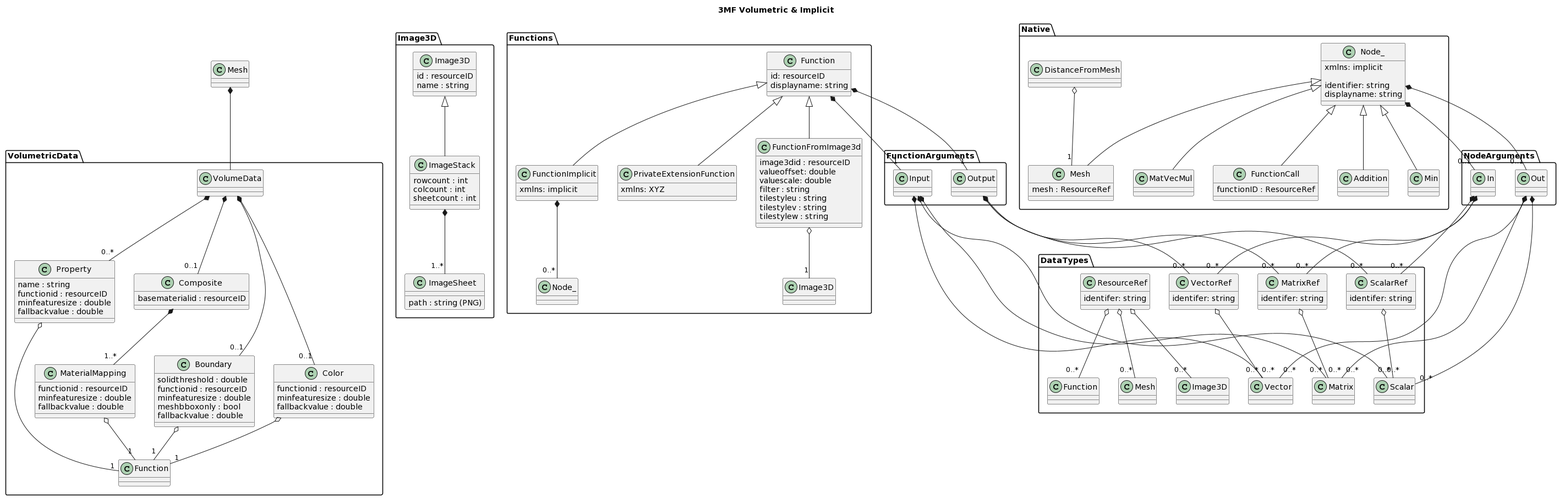
This is images/fig_overview_implicit.png from 3MFConsortium/spec_volumetric, a PlantUML export, as it was before one commit.
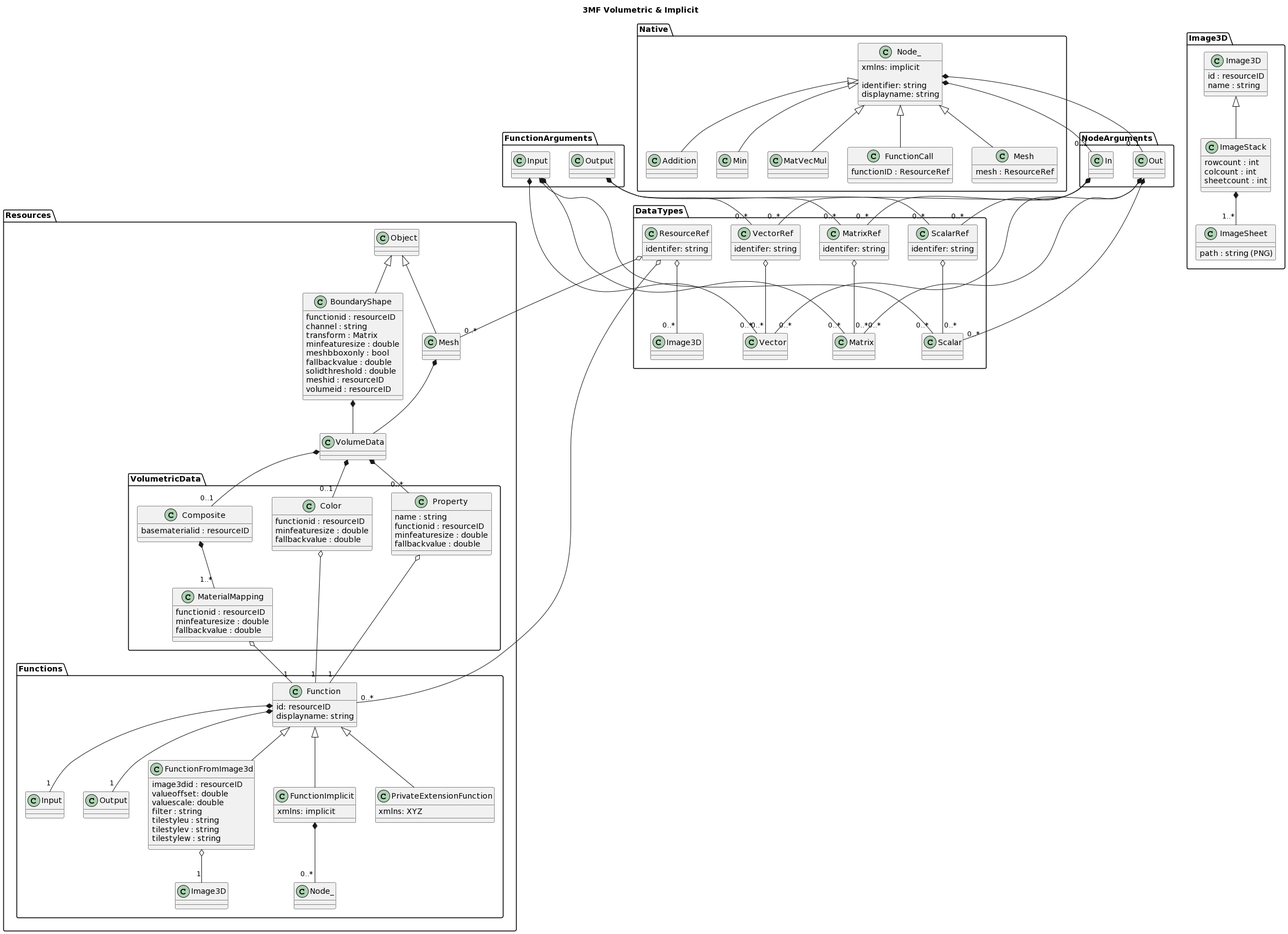
The same file after the commit.

The edit, as a diff of the source:
```diff
@@ -1,5 +1,104 @@
 @startuml
 title 3MF Volumetric & Implicit
+top to bottom direction
+
+package Resources
+{
+    Class Object
+    Class Mesh extends Object
+
+    Class BoundaryShape extends Object
+    {
+        functionid : resourceID
+        channel : string
+        transform : Matrix
+        minfeaturesize : double
+        meshbboxonly : bool
+        fallbackvalue : double
+        solidthreshold : double
+        meshid : resourceID
+        volumeid : resourceID
+    }
+    Class VolumeData
+    Mesh *-- VolumeData
+    BoundaryShape *-- VolumeData
+
+    package Functions
+    {
+        Class Function
+        {
+            id: resourceID
+            displayname: string
+        }
+
+        Function *-- "1" Input
+        Function *-- "1" Output
+
+        Class FunctionFromImage3d extends Function
+        {
+            image3did : resourceID
+            valueoffset: double
+            valuescale: double
+            filter : string
+            tilestyleu : string
+            tilestylev : string
+            tilestylew : string
+        }
+        FunctionFromImage3d o-- "1" Image3D
+
+        Class FunctionImplicit extends Function
+        {
+            xmlns: implicit
+        }
+        FunctionImplicit *-- "0..*" Node_
+
+        Class PrivateExtensionFunction extends Function
+        {
+            xmlns: XYZ
+        }
+    }
+    package VolumetricData
+    {
+        Class Color
+        {
+            functionid : resourceID
+            minfeaturesize : double
+            fallbackvalue : double
+        }
+
+        Class Property
+        {
+            name : string
+            functionid : resourceID
+            minfeaturesize : double
+            fallbackvalue : double
+        }
+
+        Class Composite
+        {
+            basematerialid : resourceID
+        }
+
+        Class MaterialMapping
+        {
+            functionid : resourceID
+            minfeaturesize : double
+            fallbackvalue : double
+        }
+
+        VolumeData *-- "0..1" Color
+        VolumeData *-- "0..*" Property
+        VolumeData *-- "0..1" Composite
+        Composite *-- "1..*" MaterialMapping
+
+        Color o-- "1" Function
+        Property o-- "1" Function
+        MaterialMapping o-- "1" Function
+    }
+
+}
+
+
 
 package Image3D
 {
@@ -94,40 +193,7 @@
     In *-- "0..*" MatrixRef
 }
 
-package Functions
-{
-    Class Function
-    {
-        id: resourceID
-        displayname: string
-    }
 
-    Function *-- "1" Input
-    Function *-- "1" Output
-
-    Class FunctionFromImage3d extends Function
-    {
-        image3did : resourceID
-        valueoffset: double
-        valuescale: double
-        filter : string
-        tilestyleu : string
-        tilestylev : string
-        tilestylew : string
-    }
-    FunctionFromImage3d o-- "1" Image3D
-
-    Class FunctionImplicit extends Function
-    {
-        xmlns: implicit
-    }
-    FunctionImplicit *-- "0..*" Node_
-
-    Class PrivateExtensionFunction extends Function
-    {
-        xmlns: XYZ
-    }
-}
 
 package Native
 {
@@ -160,64 +226,8 @@
     {
         mesh : ResourceRef
     }
-    DistanceFromMesh o-- "1" Mesh
 
     Node_ *-- "0..1" In
     Node_ *-- "0..1" Out
 }
-
-package VolumetricData
-{
-    Class VolumeData
-
-    Class Boundary
-    {
-        solidthreshold : double
-        functionid : resourceID
-        minfeaturesize : double
-        meshbboxonly : bool
-        fallbackvalue : double
-    }
-
-    Class Color
-    {
-        functionid : resourceID
-        minfeaturesize : double
-        fallbackvalue : double
-    }
-
-    Class Property
-    {
-        name : string
-        functionid : resourceID
-        minfeaturesize : double
-        fallbackvalue : double
-    }
-
-    Class Composite
-    {
-        basematerialid : resourceID
-    }
-
-    Class MaterialMapping
-    {
-        functionid : resourceID
-        minfeaturesize : double
-        fallbackvalue : double
-    }
-
-    VolumeData *-- "0..1" Boundary
-    VolumeData *-- "0..1" Color
-    VolumeData *-- "0..*" Property
-    VolumeData *-- "0..1" Composite
-    Composite *-- "1..*" MaterialMapping
-
-    Boundary o-- "1" Function
-    Color o-- "1" Function
-    Property o-- "1" Function
-    MaterialMapping o-- "1" Function
-}
-
-Class Mesh
-Mesh *-- VolumeData
 @enduml
```
